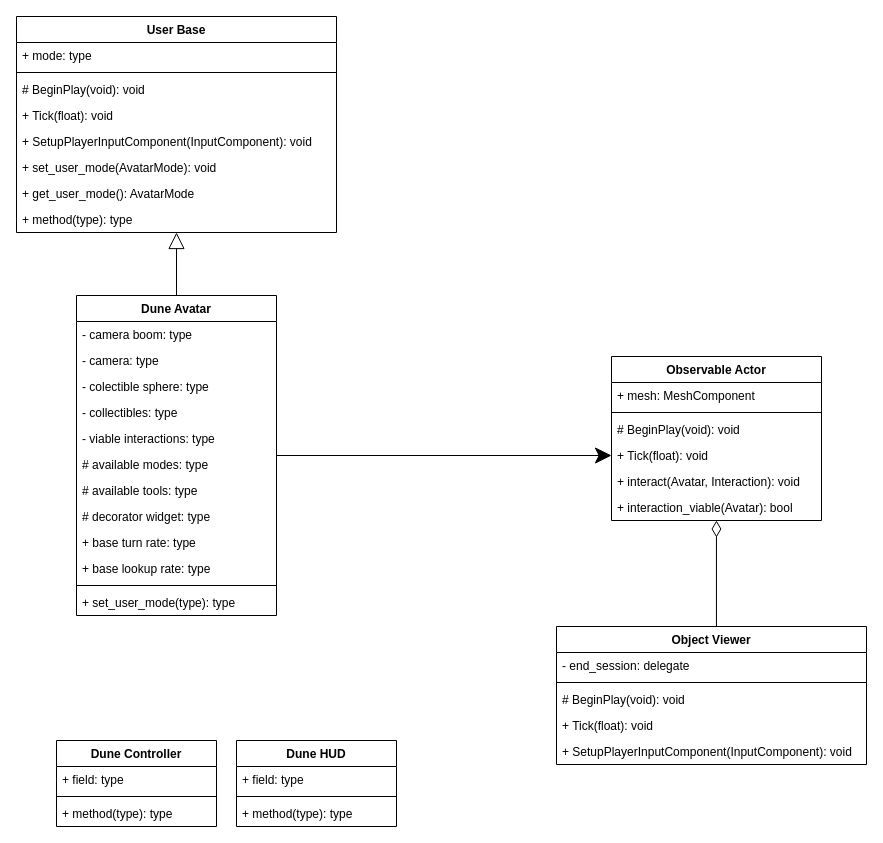
Before: diagrams/diagrams.drawio in demuth/vDUNE, a draw.io diagram. Source tidied: cells renumbered, new cells numbered last; positions are measured from the earlier drawing's top-left corner, leaving out a move shared by most shapes. Both pictures are drawn from the tidied source at 100%, with x=0, y=0 at pixel (16, 16).
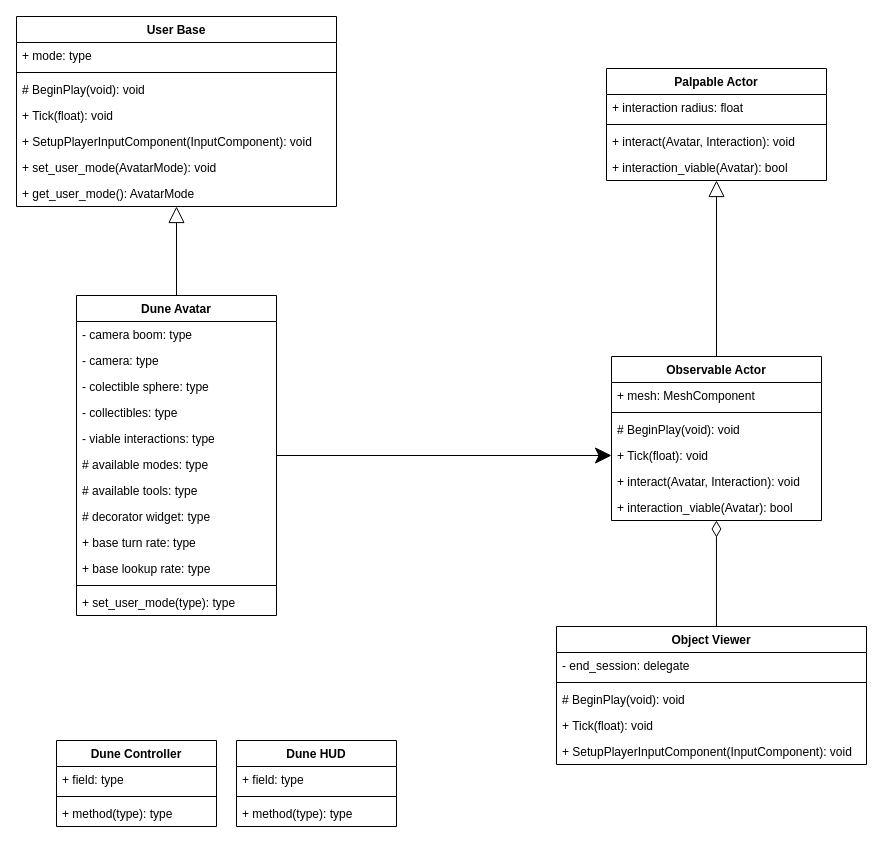
The same diagram, later.

The change refers to these unchanged cells:
```xml
<mxCell id="18" value="Observable Actor" style="swimlane;fontStyle=1;align=center;verticalAlign=top;horizontal=1;startSize=26;swimlaneFillColor=#ffffff;" parent="1" vertex="1">
  <mxGeometry x="595" y="340" width="210" height="164" as="geometry" />
</mxCell>
```

What changed in the source:
```diff
@@
+    <mxCell id="48" style="edgeStyle=orthogonalEdgeStyle;rounded=0;jettySize=auto;html=1;entryX=0.5;entryY=1;entryDx=0;entryDy=0;endArrow=block;endFill=0;startSize=14;endSize=14;" parent="1" edge="1" source="18" target="49">
+      <mxGeometry relative="1" as="geometry" />
+    </mxCell>
@@
     <mxCell id="39" value="User Base" style="swimlane;fontStyle=1;align=center;verticalAlign=top;horizontal=1;startSize=26;swimlaneFillColor=#ffffff;" parent="1" vertex="1">
-      <mxGeometry width="320" height="216" as="geometry" />
+      <mxGeometry width="320" height="190" as="geometry" />
     </mxCell>
@@
-    <mxCell id="47" value="+ method(type): type" style="text;strokeColor=none;fillColor=none;align=left;verticalAlign=top;spacingLeft=4;spacingRight=4;overflow=hidden;" parent="39" vertex="1">
-      <mxGeometry y="190" width="320" height="26" as="geometry" />
-    </mxCell>
+    <mxCell id="49" value="Palpable Actor" style="swimlane;fontStyle=1;align=center;verticalAlign=top;horizontal=1;startSize=26;swimlaneFillColor=#ffffff;" parent="1" vertex="1">
+      <mxGeometry x="590" y="52" width="220" height="112" as="geometry" />
+    </mxCell>
+    <mxCell id="50" value="+ interaction radius: float" style="text;strokeColor=none;fillColor=none;align=left;verticalAlign=top;spacingLeft=4;spacingRight=4;overflow=hidden;" parent="49" vertex="1">
+      <mxGeometry y="26" width="220" height="26" as="geometry" />
+    </mxCell>
+    <mxCell id="51" style="line;strokeWidth=1;fillColor=none;align=left;verticalAlign=middle;spacingTop=-1;spacingLeft=3;spacingRight=3;labelPosition=right;" parent="49" vertex="1">
+      <mxGeometry y="52" width="220" height="8" as="geometry" />
+    </mxCell>
+    <mxCell id="52" value="+ interact(Avatar, Interaction): void" style="text;strokeColor=none;fillColor=none;align=left;verticalAlign=top;spacingLeft=4;spacingRight=4;overflow=hidden;" parent="49" vertex="1">
+      <mxGeometry y="60" width="220" height="26" as="geometry" />
+    </mxCell>
+    <mxCell id="53" value="+ interaction_viable(Avatar): bool" style="text;strokeColor=none;fillColor=none;align=left;verticalAlign=top;spacingLeft=4;spacingRight=4;overflow=hidden;" parent="49" vertex="1">
+      <mxGeometry y="86" width="220" height="26" as="geometry" />
+    </mxCell>
```
